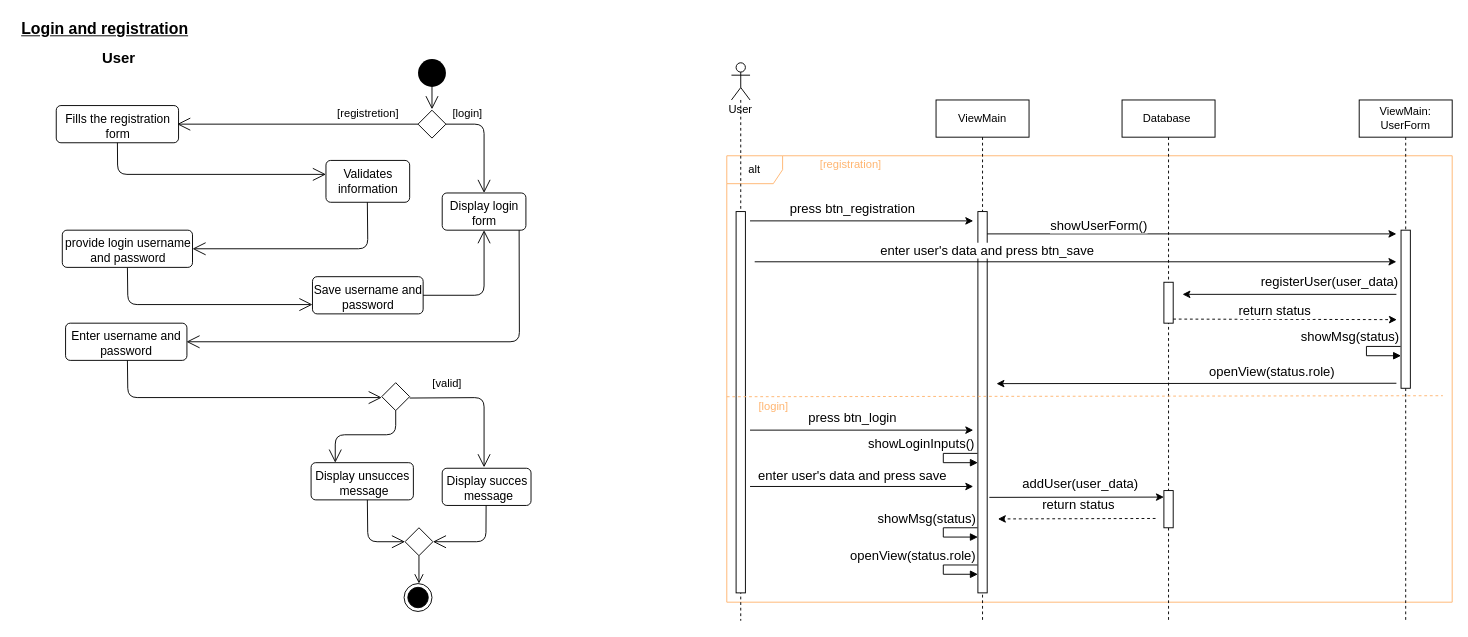
Earlier version of the draw.io diagram page "login and registration" (6 of 8) of activity_diagram.drawio (alsousha/projectFinish). Source tidied: cells renumbered, new cells numbered last; positions are measured from the earlier drawing's top-left corner, leaving out a move shared by most shapes. Both pictures are drawn from the tidied source at 93%, with x=0, y=0 at pixel (15, 16).
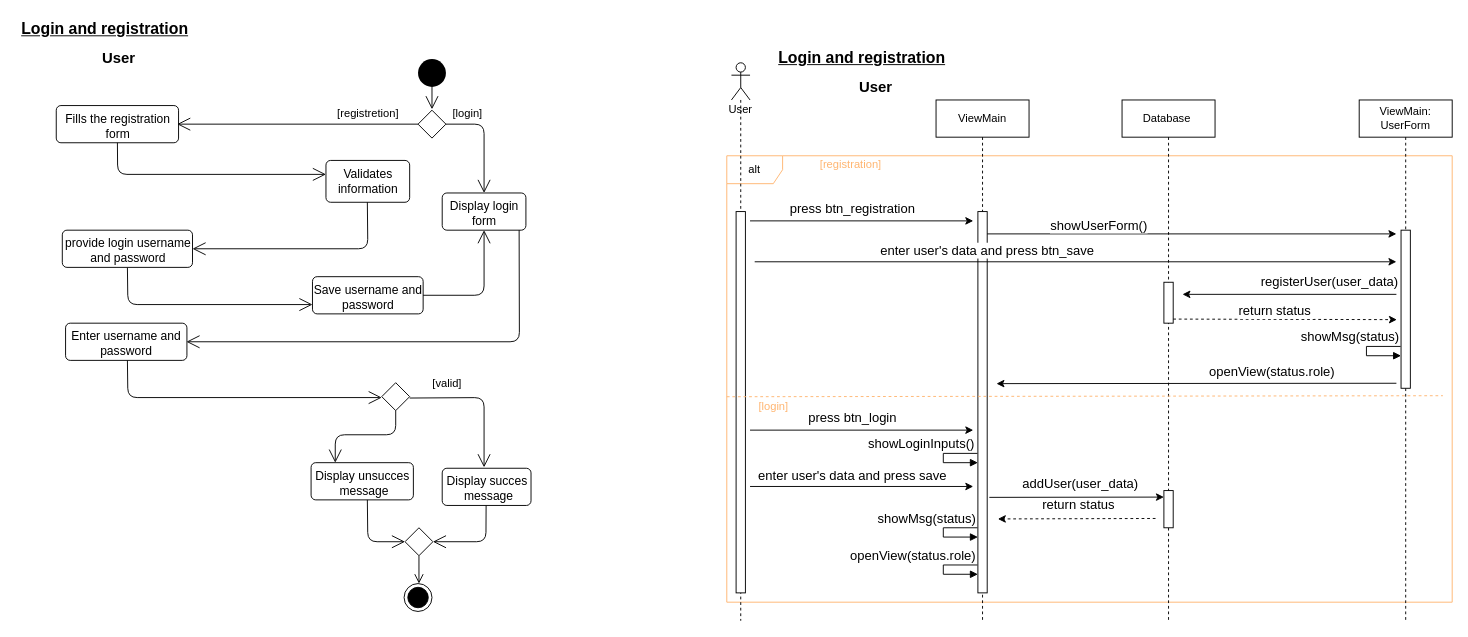
Above is the later version.

What changed in the source:
```diff
@@
+    <mxCell id="75" value="Login and registration" style="text;html=1;align=center;verticalAlign=middle;fontSize=17;fontStyle=5;" parent="1" vertex="1">
+      <mxGeometry x="815" y="31" width="190" height="30" as="geometry" />
+    </mxCell>
+    <mxCell id="76" value="User" style="text;html=1;align=center;verticalAlign=middle;fontSize=16;fontStyle=1;" parent="1" vertex="1">
+      <mxGeometry x="895" y="61" width="60" height="30" as="geometry" />
+    </mxCell>
```
